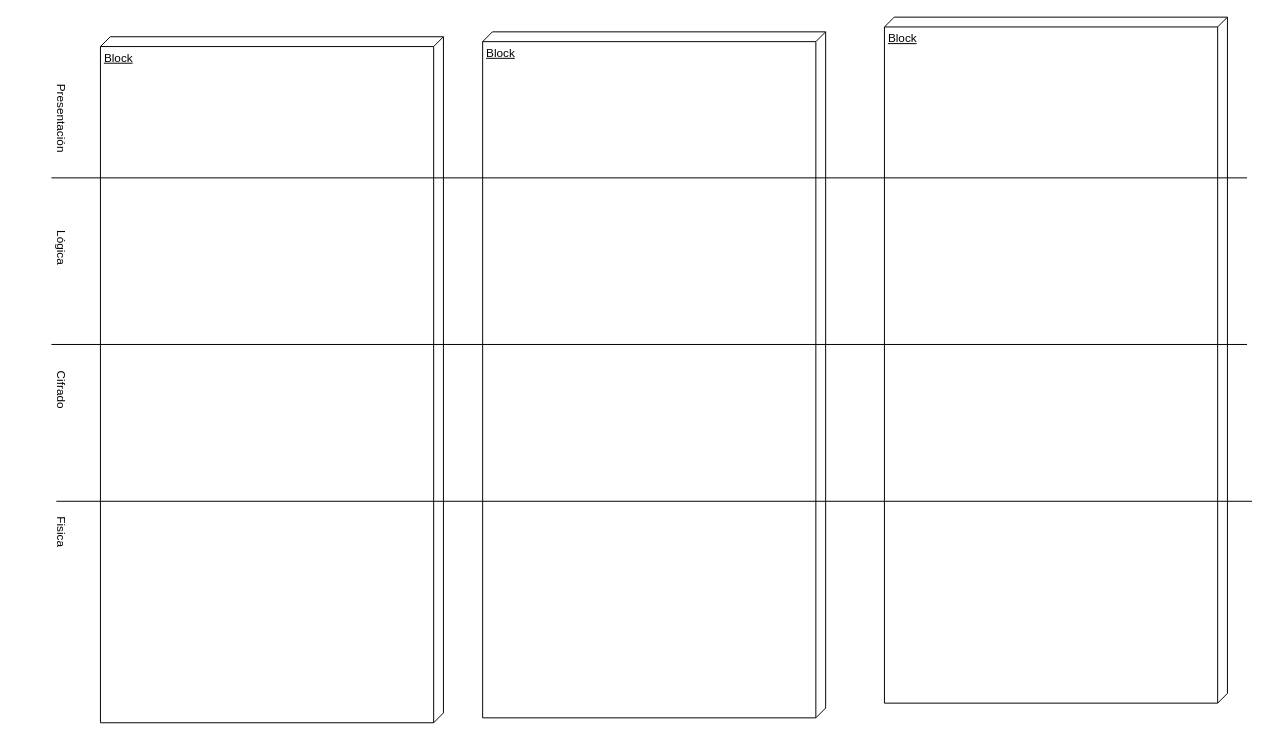
The draw.io diagram Vista_desarrolloV1.drawio in jdiazfer/ADS_Practica1, before the edit. Source tidied: cells renumbered, new cells numbered last; positions are measured from the earlier drawing's top-left corner, leaving out a move shared by most shapes. Both pictures are drawn from the tidied source at 98%, with x=0, y=0 at pixel (17, 17).
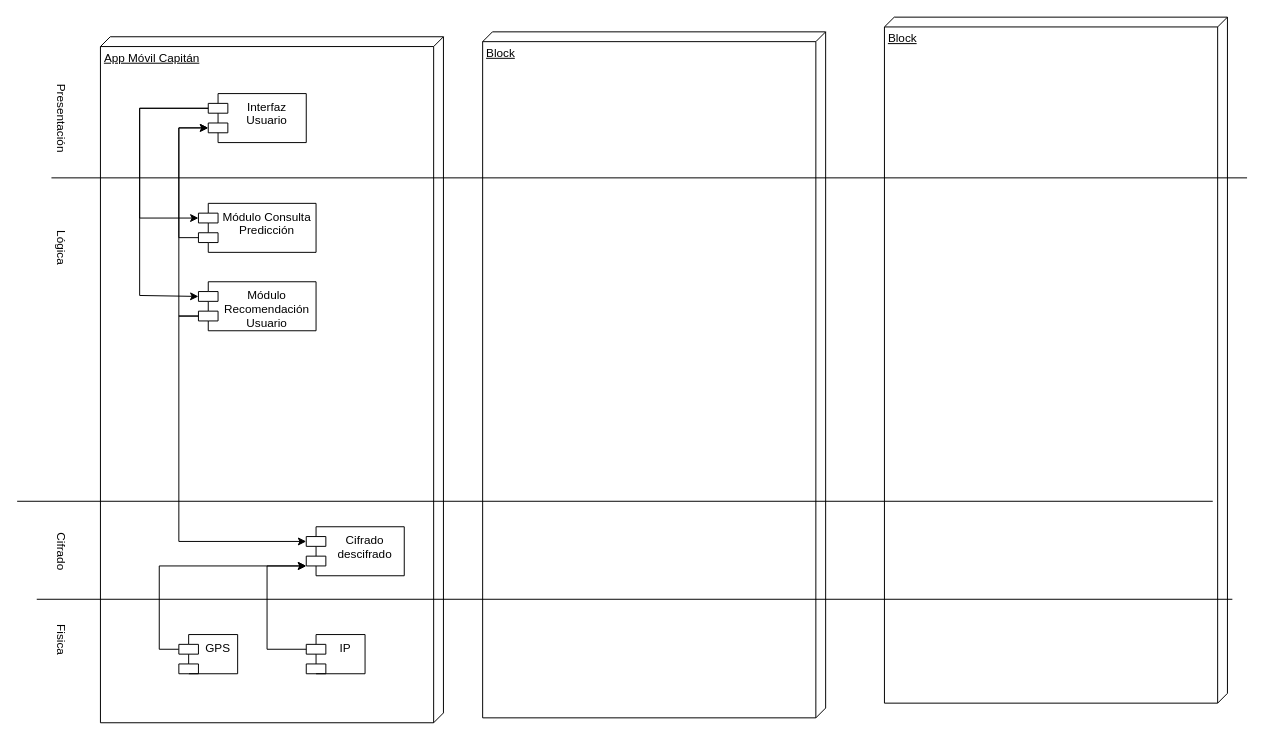
After the change.

What changed in the source:
```diff
@@
-    <mxCell id="2" value="Block" style="verticalAlign=top;align=left;spacingTop=8;spacingLeft=2;spacingRight=12;shape=cube;size=10;direction=south;fontStyle=4;html=1;whiteSpace=wrap;" parent="1" vertex="1">
+    <mxCell id="2" value="App Móvil Capitán" style="verticalAlign=top;align=left;spacingTop=8;spacingLeft=2;spacingRight=12;shape=cube;size=10;direction=south;fontStyle=4;html=1;whiteSpace=wrap;" parent="1" vertex="1">
       <mxGeometry x="85" y="20" width="350" height="700" as="geometry" />
     </mxCell>
@@
     <mxCell id="8" value="Cifrado" style="text;html=1;align=center;verticalAlign=middle;strokeColor=none;fillColor=none;rotation=90;" parent="1" vertex="1">
-      <mxGeometry x="15" y="365" width="60" height="30" as="geometry" />
+      <mxGeometry x="15" y="530" width="60" height="30" as="geometry" />
     </mxCell>
     <mxCell id="9" value="Fisica" style="text;html=1;align=center;verticalAlign=middle;strokeColor=none;fillColor=none;rotation=90;" parent="1" vertex="1">
-      <mxGeometry x="20" y="510" width="50" height="30" as="geometry" />
+      <mxGeometry x="20" y="620" width="50" height="30" as="geometry" />
     </mxCell>
     <mxCell id="10" style="line;strokeWidth=1;fillColor=none;align=left;verticalAlign=middle;spacingTop=-1;spacingLeft=3;spacingRight=3;labelPosition=right;strokeColor=inherit;" parent="1" vertex="1">
-      <mxGeometry x="35" y="330" width="1220" height="8" as="geometry" />
+      <mxGeometry y="490" width="1220" height="8" as="geometry" />
     </mxCell>
     <mxCell id="11" style="line;strokeWidth=1;fillColor=none;align=left;verticalAlign=middle;spacingTop=-1;spacingLeft=3;spacingRight=3;labelPosition=right;strokeColor=inherit;" parent="1" vertex="1">
-      <mxGeometry x="40" y="490" width="1220" height="8" as="geometry" />
+      <mxGeometry x="20" y="590" width="1220" height="8" as="geometry" />
     </mxCell>
+    <mxCell id="12" style="edgeStyle=orthogonalEdgeStyle;rounded=0;jettySize=auto;html=1;exitX=0;exitY=0;exitDx=0;exitDy=15;exitPerimeter=0;entryX=0;entryY=0;entryDx=0;entryDy=15;entryPerimeter=0;" parent="1" edge="1" source="13" target="14">
+      <mxGeometry relative="1" as="geometry">
+        <Array as="points">
+          <mxPoint x="125" y="93" />
+          <mxPoint x="125" y="205" />
+        </Array>
+      </mxGeometry>
+    </mxCell>
+    <mxCell id="13" value="&lt;div&gt;Interfaz &lt;br&gt;&lt;/div&gt;&lt;div&gt;Usuario&lt;br&gt;&lt;/div&gt;" style="shape=module;align=left;spacingLeft=20;align=center;verticalAlign=top;whiteSpace=wrap;html=1;" parent="1" vertex="1">
+      <mxGeometry x="195" y="78" width="100" height="50" as="geometry" />
+    </mxCell>
+    <mxCell id="14" value="&lt;div&gt;Módulo Consulta&lt;br&gt;&lt;/div&gt;&lt;div&gt;Predicción&lt;br&gt;&lt;/div&gt;" style="shape=module;align=left;spacingLeft=20;align=center;verticalAlign=top;whiteSpace=wrap;html=1;" parent="1" vertex="1">
+      <mxGeometry x="185" y="190" width="120" height="50" as="geometry" />
+    </mxCell>
+    <mxCell id="15" style="edgeStyle=orthogonalEdgeStyle;rounded=0;jettySize=auto;html=1;exitX=0;exitY=0;exitDx=0;exitDy=35;exitPerimeter=0;entryX=0;entryY=0;entryDx=0;entryDy=15;entryPerimeter=0;" parent="1" edge="1" source="16" target="17">
+      <mxGeometry relative="1" as="geometry" />
+    </mxCell>
+    <mxCell id="16" value="&lt;div&gt;Módulo&lt;/div&gt;&lt;div&gt;Recomendación &lt;br&gt;&lt;/div&gt;&lt;div&gt;Usuario&lt;br&gt;&lt;/div&gt;" style="shape=module;align=left;spacingLeft=20;align=center;verticalAlign=top;whiteSpace=wrap;html=1;" parent="1" vertex="1">
+      <mxGeometry x="185" y="270" width="120" height="50" as="geometry" />
+    </mxCell>
+    <mxCell id="17" value="&lt;div&gt;Cifrado&lt;/div&gt;&lt;div&gt;descifrado&lt;br&gt;&lt;/div&gt;" style="shape=module;align=left;spacingLeft=20;align=center;verticalAlign=top;whiteSpace=wrap;html=1;" parent="1" vertex="1">
+      <mxGeometry x="295" y="520" width="100" height="50" as="geometry" />
+    </mxCell>
+    <mxCell id="18" value="IP" style="shape=module;align=left;spacingLeft=20;align=center;verticalAlign=top;whiteSpace=wrap;html=1;" parent="1" vertex="1">
+      <mxGeometry x="295" y="630" width="60" height="40" as="geometry" />
+    </mxCell>
+    <mxCell id="19" style="edgeStyle=orthogonalEdgeStyle;rounded=0;jettySize=auto;html=1;exitX=0;exitY=0;exitDx=0;exitDy=15;exitPerimeter=0;" parent="1" edge="1" source="20">
+      <mxGeometry relative="1" as="geometry">
+        <mxPoint x="295" y="560" as="targetPoint" />
+        <Array as="points">
+          <mxPoint x="145" y="645" />
+          <mxPoint x="145" y="560" />
+        </Array>
+      </mxGeometry>
+    </mxCell>
+    <mxCell id="20" value="GPS" style="shape=module;align=left;spacingLeft=20;align=center;verticalAlign=top;whiteSpace=wrap;html=1;" parent="1" vertex="1">
+      <mxGeometry x="165" y="630" width="60" height="40" as="geometry" />
+    </mxCell>
+    <mxCell id="21" style="edgeStyle=orthogonalEdgeStyle;rounded=0;jettySize=auto;html=1;exitX=0;exitY=0;exitDx=0;exitDy=15;exitPerimeter=0;entryX=0;entryY=0;entryDx=0;entryDy=15;entryPerimeter=0;" parent="1" edge="1" source="13" target="16">
+      <mxGeometry relative="1" as="geometry">
+        <Array as="points">
+          <mxPoint x="125" y="93" />
+          <mxPoint x="125" y="284" />
+          <mxPoint x="185" y="284" />
+        </Array>
+      </mxGeometry>
+    </mxCell>
+    <mxCell id="22" style="edgeStyle=orthogonalEdgeStyle;rounded=0;jettySize=auto;html=1;exitX=0;exitY=0;exitDx=0;exitDy=35;exitPerimeter=0;entryX=0;entryY=0;entryDx=0;entryDy=35;entryPerimeter=0;" parent="1" edge="1" source="14" target="13">
+      <mxGeometry relative="1" as="geometry" />
+    </mxCell>
+    <mxCell id="23" style="edgeStyle=orthogonalEdgeStyle;rounded=0;jettySize=auto;html=1;exitX=0;exitY=0;exitDx=0;exitDy=35;exitPerimeter=0;entryX=0;entryY=0;entryDx=0;entryDy=35;entryPerimeter=0;" parent="1" edge="1" source="16" target="13">
+      <mxGeometry relative="1" as="geometry" />
+    </mxCell>
+    <mxCell id="24" style="edgeStyle=orthogonalEdgeStyle;rounded=0;jettySize=auto;html=1;exitX=0;exitY=0;exitDx=0;exitDy=15;exitPerimeter=0;" parent="1" edge="1" source="18">
+      <mxGeometry relative="1" as="geometry">
+        <mxPoint x="295" y="560" as="targetPoint" />
+        <Array as="points">
+          <mxPoint x="255" y="645" />
+          <mxPoint x="255" y="560" />
+        </Array>
+      </mxGeometry>
+    </mxCell>
```
